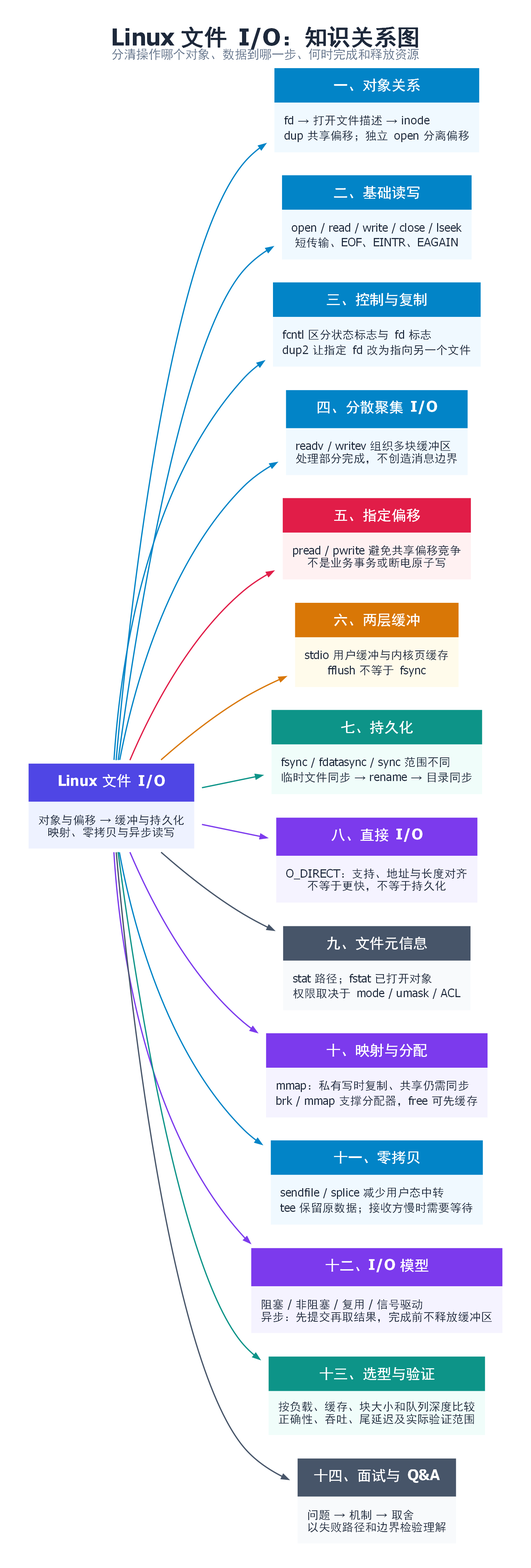
The Graphviz diagram Linux系统API/二.文件IO/file-io-assets/mindmap.png in zingerWang/Jobs, before a commit. Its source is kept beside it as Linux系统API/二.文件IO/file-io-assets/mindmap.dot. Its diagram source:
```dot
digraph G {
graph [rankdir=LR, bgcolor="white", dpi=200, pad=0.3, nodesep=0.22, ranksep=0.6, fontname="PingFang SC", labelloc=t, label=<<FONT POINT-SIZE="24" COLOR="#1E293B"><B>Linux 文件 I/O：知识关系图</B></FONT><BR/><FONT POINT-SIZE="13" COLOR="#64748B">分清操作哪个对象、数据到哪一步、何时完成和释放资源</FONT>>];
node [shape=plaintext, fontname="PingFang SC"];
edge [fontname="PingFang SC", fontsize=11, arrowsize=0.7, arrowhead=normal, penwidth=1.3];
root [label=<<TABLE BORDER="0" CELLBORDER="0" CELLSPACING="0" CELLPADDING="10"><TR><TD BGCOLOR="#4F46E5"><FONT COLOR="white" POINT-SIZE="15"><B>Linux 文件 I/O</B></FONT></TD></TR><TR><TD BGCOLOR="#EEF2FF" ALIGN="LEFT"><FONT COLOR="#1E293B" POINT-SIZE="12">对象与偏移 → 缓冲与持久化<BR ALIGN="LEFT"/>映射、零拷贝与异步读写</FONT></TD></TR></TABLE>>];
n0 [label=<<TABLE BORDER="0" CELLBORDER="0" CELLSPACING="0" CELLPADDING="10"><TR><TD BGCOLOR="#0284C7"><FONT COLOR="white" POINT-SIZE="15"><B>一、对象关系</B></FONT></TD></TR><TR><TD BGCOLOR="#F0F9FF" ALIGN="LEFT"><FONT COLOR="#1E293B" POINT-SIZE="12">fd → 打开文件描述 → inode<BR ALIGN="LEFT"/>dup 共享偏移；独立 open 分离偏移</FONT></TD></TR></TABLE>>];
n1 [label=<<TABLE BORDER="0" CELLBORDER="0" CELLSPACING="0" CELLPADDING="10"><TR><TD BGCOLOR="#0284C7"><FONT COLOR="white" POINT-SIZE="15"><B>二、基础读写</B></FONT></TD></TR><TR><TD BGCOLOR="#F0F9FF" ALIGN="LEFT"><FONT COLOR="#1E293B" POINT-SIZE="12">open / read / write / close / lseek<BR ALIGN="LEFT"/>短传输、EOF、EINTR、EAGAIN</FONT></TD></TR></TABLE>>];
n2 [label=<<TABLE BORDER="0" CELLBORDER="0" CELLSPACING="0" CELLPADDING="10"><TR><TD BGCOLOR="#0284C7"><FONT COLOR="white" POINT-SIZE="15"><B>三、控制与复制</B></FONT></TD></TR><TR><TD BGCOLOR="#F0F9FF" ALIGN="LEFT"><FONT COLOR="#1E293B" POINT-SIZE="12">fcntl 区分状态标志与 fd 标志<BR ALIGN="LEFT"/>dup2 让指定 fd 改为指向另一个文件</FONT></TD></TR></TABLE>>];
n3 [label=<<TABLE BORDER="0" CELLBORDER="0" CELLSPACING="0" CELLPADDING="10"><TR><TD BGCOLOR="#0284C7"><FONT COLOR="white" POINT-SIZE="15"><B>四、分散聚集 I/O</B></FONT></TD></TR><TR><TD BGCOLOR="#F0F9FF" ALIGN="LEFT"><FONT COLOR="#1E293B" POINT-SIZE="12">readv / writev 组织多块缓冲区<BR ALIGN="LEFT"/>处理部分完成，不创造消息边界</FONT></TD></TR></TABLE>>];
n4 [label=<<TABLE BORDER="0" CELLBORDER="0" CELLSPACING="0" CELLPADDING="10"><TR><TD BGCOLOR="#E11D48"><FONT COLOR="white" POINT-SIZE="15"><B>五、指定偏移</B></FONT></TD></TR><TR><TD BGCOLOR="#FFF1F2" ALIGN="LEFT"><FONT COLOR="#1E293B" POINT-SIZE="12">pread / pwrite 避免共享偏移竞争<BR ALIGN="LEFT"/>不是业务事务或断电原子写</FONT></TD></TR></TABLE>>];
n5 [label=<<TABLE BORDER="0" CELLBORDER="0" CELLSPACING="0" CELLPADDING="10"><TR><TD BGCOLOR="#D97706"><FONT COLOR="white" POINT-SIZE="15"><B>六、两层缓冲</B></FONT></TD></TR><TR><TD BGCOLOR="#FFFBEB" ALIGN="LEFT"><FONT COLOR="#1E293B" POINT-SIZE="12">stdio 用户缓冲与内核页缓存<BR ALIGN="LEFT"/>fflush 不等于 fsync</FONT></TD></TR></TABLE>>];
n6 [label=<<TABLE BORDER="0" CELLBORDER="0" CELLSPACING="0" CELLPADDING="10"><TR><TD BGCOLOR="#0D9488"><FONT COLOR="white" POINT-SIZE="15"><B>七、持久化</B></FONT></TD></TR><TR><TD BGCOLOR="#F0FDFA" ALIGN="LEFT"><FONT COLOR="#1E293B" POINT-SIZE="12">fsync / fdatasync / sync 范围不同<BR ALIGN="LEFT"/>临时文件同步 → rename → 目录同步</FONT></TD></TR></TABLE>>];
n7 [label=<<TABLE BORDER="0" CELLBORDER="0" CELLSPACING="0" CELLPADDING="10"><TR><TD BGCOLOR="#7C3AED"><FONT COLOR="white" POINT-SIZE="15"><B>八、直接 I/O</B></FONT></TD></TR><TR><TD BGCOLOR="#F5F3FF" ALIGN="LEFT"><FONT COLOR="#1E293B" POINT-SIZE="12">O_DIRECT：支持、地址与长度对齐<BR ALIGN="LEFT"/>不等于更快，不等于持久化</FONT></TD></TR></TABLE>>];
n8 [label=<<TABLE BORDER="0" CELLBORDER="0" CELLSPACING="0" CELLPADDING="10"><TR><TD BGCOLOR="#475569"><FONT COLOR="white" POINT-SIZE="15"><B>九、文件元信息</B></FONT></TD></TR><TR><TD BGCOLOR="#F8FAFC" ALIGN="LEFT"><FONT COLOR="#1E293B" POINT-SIZE="12">stat 路径；fstat 已打开对象<BR ALIGN="LEFT"/>权限取决于 mode / umask / ACL</FONT></TD></TR></TABLE>>];
n9 [label=<<TABLE BORDER="0" CELLBORDER="0" CELLSPACING="0" CELLPADDING="10"><TR><TD BGCOLOR="#7C3AED"><FONT COLOR="white" POINT-SIZE="15"><B>十、映射与分配</B></FONT></TD></TR><TR><TD BGCOLOR="#F5F3FF" ALIGN="LEFT"><FONT COLOR="#1E293B" POINT-SIZE="12">mmap：私有写时复制、共享仍需同步<BR ALIGN="LEFT"/>brk / mmap 支撑分配器，free 可先缓存</FONT></TD></TR></TABLE>>];
n10 [label=<<TABLE BORDER="0" CELLBORDER="0" CELLSPACING="0" CELLPADDING="10"><TR><TD BGCOLOR="#0284C7"><FONT COLOR="white" POINT-SIZE="15"><B>十一、零拷贝</B></FONT></TD></TR><TR><TD BGCOLOR="#F0F9FF" ALIGN="LEFT"><FONT COLOR="#1E293B" POINT-SIZE="12">sendfile / splice 减少用户态中转<BR ALIGN="LEFT"/>tee 保留原数据；接收方慢时需要等待</FONT></TD></TR></TABLE>>];
n11 [label=<<TABLE BORDER="0" CELLBORDER="0" CELLSPACING="0" CELLPADDING="10"><TR><TD BGCOLOR="#7C3AED"><FONT COLOR="white" POINT-SIZE="15"><B>十二、I/O 模型</B></FONT></TD></TR><TR><TD BGCOLOR="#F5F3FF" ALIGN="LEFT"><FONT COLOR="#1E293B" POINT-SIZE="12">阻塞 / 非阻塞 / 复用 / 信号驱动<BR ALIGN="LEFT"/>异步：先提交再取结果，完成前不释放缓冲区</FONT></TD></TR></TABLE>>];
n12 [label=<<TABLE BORDER="0" CELLBORDER="0" CELLSPACING="0" CELLPADDING="10"><TR><TD BGCOLOR="#0D9488"><FONT COLOR="white" POINT-SIZE="15"><B>十三、选型与验证</B></FONT></TD></TR><TR><TD BGCOLOR="#F0FDFA" ALIGN="LEFT"><FONT COLOR="#1E293B" POINT-SIZE="12">按负载、缓存、块大小和队列深度比较<BR ALIGN="LEFT"/>正确性、吞吐、尾延迟及实际验证范围</FONT></TD></TR></TABLE>>];
n13 [label=<<TABLE BORDER="0" CELLBORDER="0" CELLSPACING="0" CELLPADDING="10"><TR><TD BGCOLOR="#475569"><FONT COLOR="white" POINT-SIZE="15"><B>十四、面试与 Q&amp;A</B></FONT></TD></TR><TR><TD BGCOLOR="#F8FAFC" ALIGN="LEFT"><FONT COLOR="#1E293B" POINT-SIZE="12">问题 → 机制 → 取舍<BR ALIGN="LEFT"/>以失败路径和边界检验理解</FONT></TD></TR></TABLE>>];
root -> n0 [label="", color="#0284C7", fontcolor="#0284C7"];
root -> n1 [label="", color="#0284C7", fontcolor="#0284C7"];
root -> n2 [label="", color="#0284C7", fontcolor="#0284C7"];
root -> n3 [label="", color="#0284C7", fontcolor="#0284C7"];
root -> n4 [label="", color="#E11D48", fontcolor="#E11D48"];
root -> n5 [label="", color="#D97706", fontcolor="#D97706"];
root -> n6 [label="", color="#0D9488", fontcolor="#0D9488"];
root -> n7 [label="", color="#7C3AED", fontcolor="#7C3AED"];
root -> n8 [label="", color="#475569", fontcolor="#475569"];
root -> n9 [label="", color="#7C3AED", fontcolor="#7C3AED"];
root -> n10 [label="", color="#0284C7", fontcolor="#0284C7"];
root -> n11 [label="", color="#7C3AED", fontcolor="#7C3AED"];
root -> n12 [label="", color="#0D9488", fontcolor="#0D9488"];
root -> n13 [label="", color="#475569", fontcolor="#475569"];

}
```
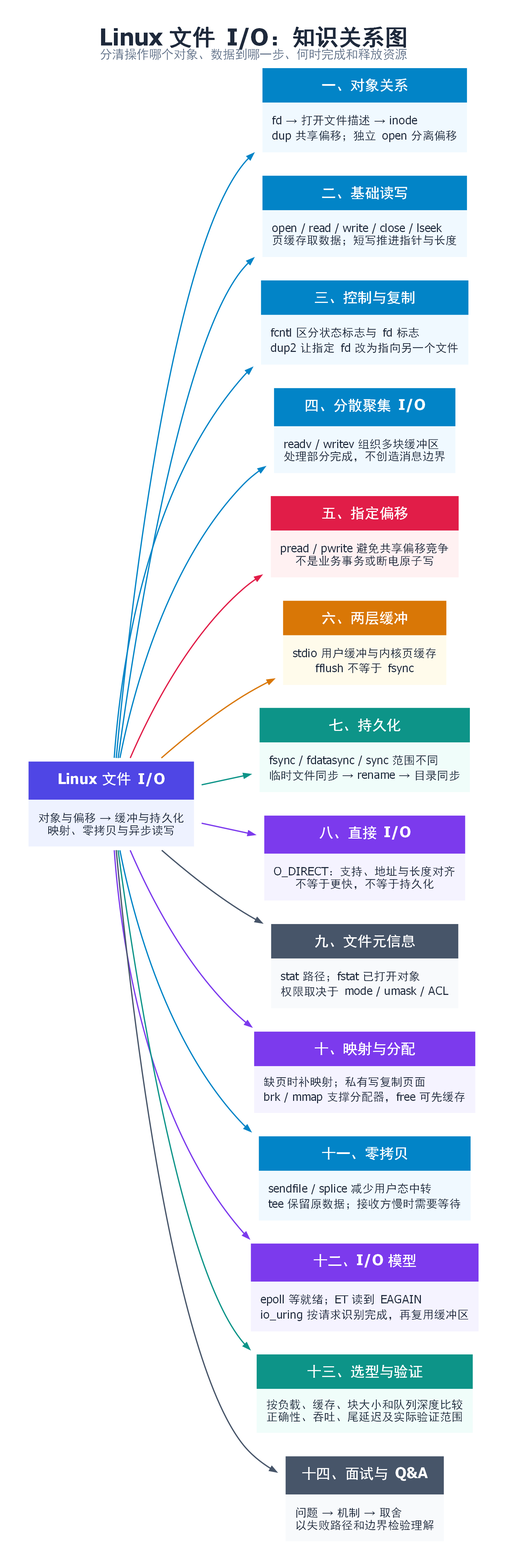
The same diagram one commit later.

What changed in the source:
```diff
@@ -4,7 +4,7 @@
 edge [fontname="PingFang SC", fontsize=11, arrowsize=0.7, arrowhead=normal, penwidth=1.3];
 root [label=<<TABLE BORDER="0" CELLBORDER="0" CELLSPACING="0" CELLPADDING="10"><TR><TD BGCOLOR="#4F46E5"><FONT COLOR="white" POINT-SIZE="15"><B>Linux 文件 I/O</B></FONT></TD></TR><TR><TD BGCOLOR="#EEF2FF" ALIGN="LEFT"><FONT COLOR="#1E293B" POINT-SIZE="12">对象与偏移 → 缓冲与持久化<BR ALIGN="LEFT"/>映射、零拷贝与异步读写</FONT></TD></TR></TABLE>>];
 n0 [label=<<TABLE BORDER="0" CELLBORDER="0" CELLSPACING="0" CELLPADDING="10"><TR><TD BGCOLOR="#0284C7"><FONT COLOR="white" POINT-SIZE="15"><B>一、对象关系</B></FONT></TD></TR><TR><TD BGCOLOR="#F0F9FF" ALIGN="LEFT"><FONT COLOR="#1E293B" POINT-SIZE="12">fd → 打开文件描述 → inode<BR ALIGN="LEFT"/>dup 共享偏移；独立 open 分离偏移</FONT></TD></TR></TABLE>>];
-n1 [label=<<TABLE BORDER="0" CELLBORDER="0" CELLSPACING="0" CELLPADDING="10"><TR><TD BGCOLOR="#0284C7"><FONT COLOR="white" POINT-SIZE="15"><B>二、基础读写</B></FONT></TD></TR><TR><TD BGCOLOR="#F0F9FF" ALIGN="LEFT"><FONT COLOR="#1E293B" POINT-SIZE="12">open / read / write / close / lseek<BR ALIGN="LEFT"/>短传输、EOF、EINTR、EAGAIN</FONT></TD></TR></TABLE>>];
+n1 [label=<<TABLE BORDER="0" CELLBORDER="0" CELLSPACING="0" CELLPADDING="10"><TR><TD BGCOLOR="#0284C7"><FONT COLOR="white" POINT-SIZE="15"><B>二、基础读写</B></FONT></TD></TR><TR><TD BGCOLOR="#F0F9FF" ALIGN="LEFT"><FONT COLOR="#1E293B" POINT-SIZE="12">open / read / write / close / lseek<BR ALIGN="LEFT"/>页缓存取数据；短写推进指针与长度</FONT></TD></TR></TABLE>>];
 n2 [label=<<TABLE BORDER="0" CELLBORDER="0" CELLSPACING="0" CELLPADDING="10"><TR><TD BGCOLOR="#0284C7"><FONT COLOR="white" POINT-SIZE="15"><B>三、控制与复制</B></FONT></TD></TR><TR><TD BGCOLOR="#F0F9FF" ALIGN="LEFT"><FONT COLOR="#1E293B" POINT-SIZE="12">fcntl 区分状态标志与 fd 标志<BR ALIGN="LEFT"/>dup2 让指定 fd 改为指向另一个文件</FONT></TD></TR></TABLE>>];
 n3 [label=<<TABLE BORDER="0" CELLBORDER="0" CELLSPACING="0" CELLPADDING="10"><TR><TD BGCOLOR="#0284C7"><FONT COLOR="white" POINT-SIZE="15"><B>四、分散聚集 I/O</B></FONT></TD></TR><TR><TD BGCOLOR="#F0F9FF" ALIGN="LEFT"><FONT COLOR="#1E293B" POINT-SIZE="12">readv / writev 组织多块缓冲区<BR ALIGN="LEFT"/>处理部分完成，不创造消息边界</FONT></TD></TR></TABLE>>];
 n4 [label=<<TABLE BORDER="0" CELLBORDER="0" CELLSPACING="0" CELLPADDING="10"><TR><TD BGCOLOR="#E11D48"><FONT COLOR="white" POINT-SIZE="15"><B>五、指定偏移</B></FONT></TD></TR><TR><TD BGCOLOR="#FFF1F2" ALIGN="LEFT"><FONT COLOR="#1E293B" POINT-SIZE="12">pread / pwrite 避免共享偏移竞争<BR ALIGN="LEFT"/>不是业务事务或断电原子写</FONT></TD></TR></TABLE>>];
@@ -12,9 +12,9 @@
 n6 [label=<<TABLE BORDER="0" CELLBORDER="0" CELLSPACING="0" CELLPADDING="10"><TR><TD BGCOLOR="#0D9488"><FONT COLOR="white" POINT-SIZE="15"><B>七、持久化</B></FONT></TD></TR><TR><TD BGCOLOR="#F0FDFA" ALIGN="LEFT"><FONT COLOR="#1E293B" POINT-SIZE="12">fsync / fdatasync / sync 范围不同<BR ALIGN="LEFT"/>临时文件同步 → rename → 目录同步</FONT></TD></TR></TABLE>>];
 n7 [label=<<TABLE BORDER="0" CELLBORDER="0" CELLSPACING="0" CELLPADDING="10"><TR><TD BGCOLOR="#7C3AED"><FONT COLOR="white" POINT-SIZE="15"><B>八、直接 I/O</B></FONT></TD></TR><TR><TD BGCOLOR="#F5F3FF" ALIGN="LEFT"><FONT COLOR="#1E293B" POINT-SIZE="12">O_DIRECT：支持、地址与长度对齐<BR ALIGN="LEFT"/>不等于更快，不等于持久化</FONT></TD></TR></TABLE>>];
 n8 [label=<<TABLE BORDER="0" CELLBORDER="0" CELLSPACING="0" CELLPADDING="10"><TR><TD BGCOLOR="#475569"><FONT COLOR="white" POINT-SIZE="15"><B>九、文件元信息</B></FONT></TD></TR><TR><TD BGCOLOR="#F8FAFC" ALIGN="LEFT"><FONT COLOR="#1E293B" POINT-SIZE="12">stat 路径；fstat 已打开对象<BR ALIGN="LEFT"/>权限取决于 mode / umask / ACL</FONT></TD></TR></TABLE>>];
-n9 [label=<<TABLE BORDER="0" CELLBORDER="0" CELLSPACING="0" CELLPADDING="10"><TR><TD BGCOLOR="#7C3AED"><FONT COLOR="white" POINT-SIZE="15"><B>十、映射与分配</B></FONT></TD></TR><TR><TD BGCOLOR="#F5F3FF" ALIGN="LEFT"><FONT COLOR="#1E293B" POINT-SIZE="12">mmap：私有写时复制、共享仍需同步<BR ALIGN="LEFT"/>brk / mmap 支撑分配器，free 可先缓存</FONT></TD></TR></TABLE>>];
+n9 [label=<<TABLE BORDER="0" CELLBORDER="0" CELLSPACING="0" CELLPADDING="10"><TR><TD BGCOLOR="#7C3AED"><FONT COLOR="white" POINT-SIZE="15"><B>十、映射与分配</B></FONT></TD></TR><TR><TD BGCOLOR="#F5F3FF" ALIGN="LEFT"><FONT COLOR="#1E293B" POINT-SIZE="12">缺页时补映射；私有写复制页面<BR ALIGN="LEFT"/>brk / mmap 支撑分配器，free 可先缓存</FONT></TD></TR></TABLE>>];
 n10 [label=<<TABLE BORDER="0" CELLBORDER="0" CELLSPACING="0" CELLPADDING="10"><TR><TD BGCOLOR="#0284C7"><FONT COLOR="white" POINT-SIZE="15"><B>十一、零拷贝</B></FONT></TD></TR><TR><TD BGCOLOR="#F0F9FF" ALIGN="LEFT"><FONT COLOR="#1E293B" POINT-SIZE="12">sendfile / splice 减少用户态中转<BR ALIGN="LEFT"/>tee 保留原数据；接收方慢时需要等待</FONT></TD></TR></TABLE>>];
-n11 [label=<<TABLE BORDER="0" CELLBORDER="0" CELLSPACING="0" CELLPADDING="10"><TR><TD BGCOLOR="#7C3AED"><FONT COLOR="white" POINT-SIZE="15"><B>十二、I/O 模型</B></FONT></TD></TR><TR><TD BGCOLOR="#F5F3FF" ALIGN="LEFT"><FONT COLOR="#1E293B" POINT-SIZE="12">阻塞 / 非阻塞 / 复用 / 信号驱动<BR ALIGN="LEFT"/>异步：先提交再取结果，完成前不释放缓冲区</FONT></TD></TR></TABLE>>];
+n11 [label=<<TABLE BORDER="0" CELLBORDER="0" CELLSPACING="0" CELLPADDING="10"><TR><TD BGCOLOR="#7C3AED"><FONT COLOR="white" POINT-SIZE="15"><B>十二、I/O 模型</B></FONT></TD></TR><TR><TD BGCOLOR="#F5F3FF" ALIGN="LEFT"><FONT COLOR="#1E293B" POINT-SIZE="12">epoll 等就绪；ET 读到 EAGAIN<BR ALIGN="LEFT"/>io_uring 按请求识别完成，再复用缓冲区</FONT></TD></TR></TABLE>>];
 n12 [label=<<TABLE BORDER="0" CELLBORDER="0" CELLSPACING="0" CELLPADDING="10"><TR><TD BGCOLOR="#0D9488"><FONT COLOR="white" POINT-SIZE="15"><B>十三、选型与验证</B></FONT></TD></TR><TR><TD BGCOLOR="#F0FDFA" ALIGN="LEFT"><FONT COLOR="#1E293B" POINT-SIZE="12">按负载、缓存、块大小和队列深度比较<BR ALIGN="LEFT"/>正确性、吞吐、尾延迟及实际验证范围</FONT></TD></TR></TABLE>>];
 n13 [label=<<TABLE BORDER="0" CELLBORDER="0" CELLSPACING="0" CELLPADDING="10"><TR><TD BGCOLOR="#475569"><FONT COLOR="white" POINT-SIZE="15"><B>十四、面试与 Q&amp;A</B></FONT></TD></TR><TR><TD BGCOLOR="#F8FAFC" ALIGN="LEFT"><FONT COLOR="#1E293B" POINT-SIZE="12">问题 → 机制 → 取舍<BR ALIGN="LEFT"/>以失败路径和边界检验理解</FONT></TD></TR></TABLE>>];
 root -> n0 [label="", color="#0284C7", fontcolor="#0284C7"];
```
